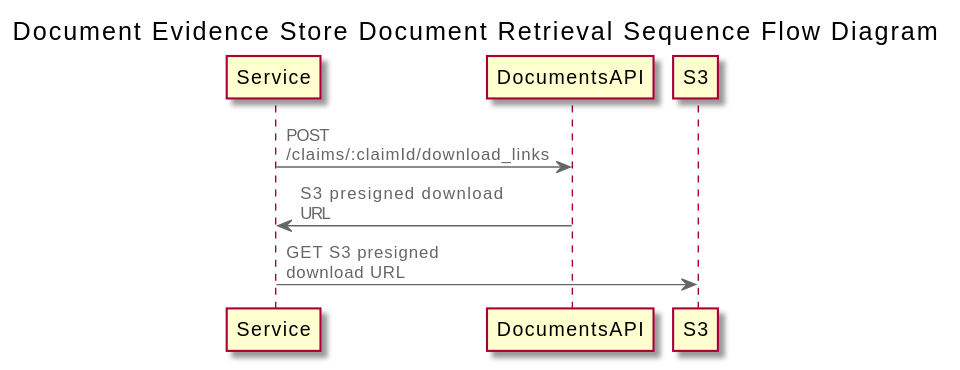
LBHackney-IT/evidence-api keeps this PlantUML diagram as docs/diagrams/document-retrieval-sequence-flow.svg. Above is the earlier version. Source of this version:
```plantuml
@startuml
!include https://raw.githubusercontent.com/plantuml-stdlib/C4-PlantUML/v2.2.0/C4_Deployment.puml
!include https://raw.githubusercontent.com/LBHackney-IT/cv-19-res-support-v3/development/docs/diagrams/c4_shared.puml

title Document Evidence Store Document Retrieval Sequence Flow Diagram

Service -> DocumentsAPI: POST /claims/:claimId/download_links
Service <- DocumentsAPI: S3 presigned download URL
Service -> S3: GET S3 presigned download URL
@enduml
```
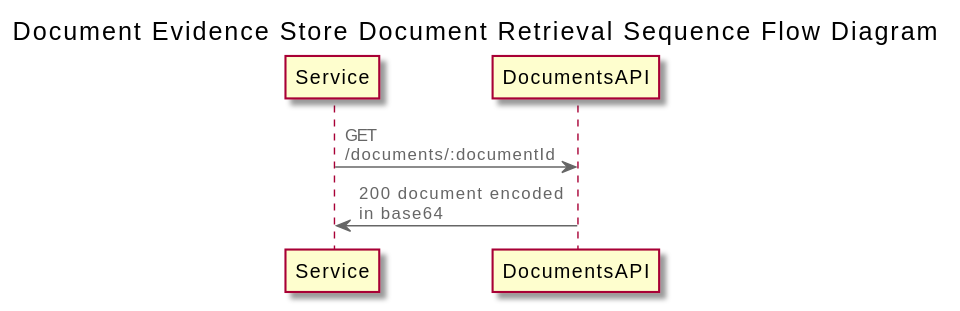
The same file after the commit.

Commit message:
Updated retrieval flow

Diff of the diagram source:
```diff
@@ -4,7 +4,6 @@
 
 title Document Evidence Store Document Retrieval Sequence Flow Diagram
 
-Service -> DocumentsAPI: POST /claims/:claimId/download_links
-Service <- DocumentsAPI: S3 presigned download URL
-Service -> S3: GET S3 presigned download URL
+Service -> DocumentsAPI: GET /documents/:documentId
+Service <- DocumentsAPI: 200 document encoded in base64
 @enduml
```
